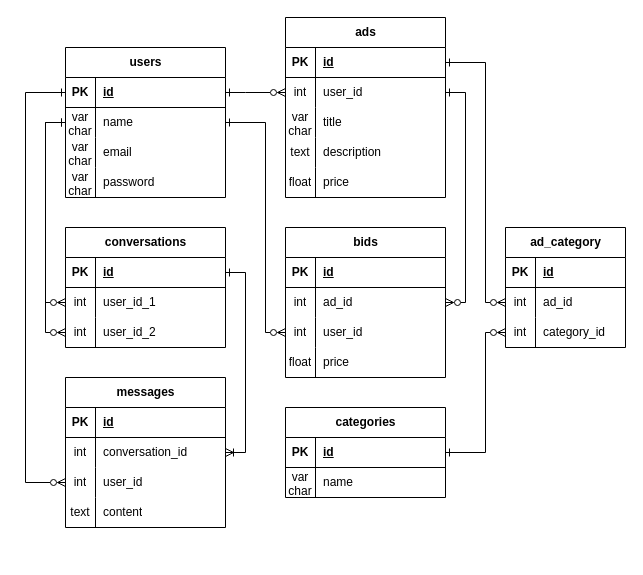
This is marketplace-database.drawio from LeggyBoiTim/laravel-marketplace, a draw.io file, before an edit. Source tidied: cells renumbered, new cells numbered last; positions are measured from the earlier drawing's top-left corner, leaving out a move shared by most shapes. Both pictures are drawn from the tidied source at 100%, with x=0, y=0 at pixel (25, 17).
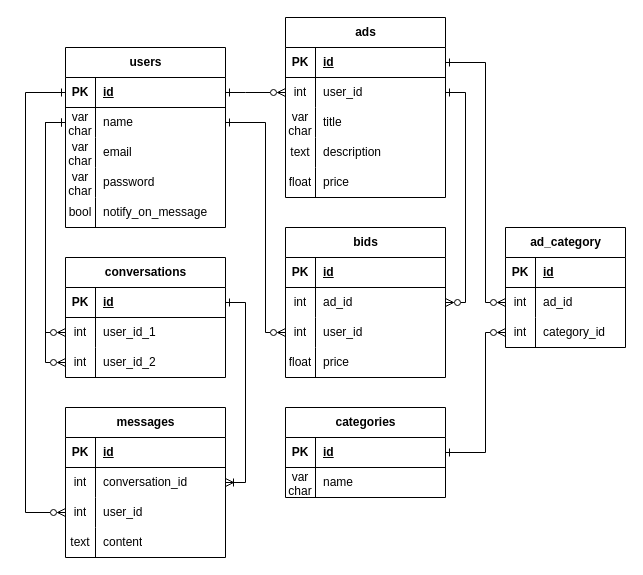
The same diagram, later.

Commit message (it also covers changes not shown here):
Message e-mail notification

Unchanged cells that the change refers to:
```xml
<mxCell id="3" style="shape=tableRow;horizontal=0;startSize=0;swimlaneHead=0;swimlaneBody=0;fillColor=none;points=[[0,0.5],[1,0.5]];portConstraint=eastwest;top=0;left=0;right=0;bottom=1;" parent="2" vertex="1">
  <mxGeometry y="30" width="160" height="30" as="geometry" />
</mxCell>
<mxCell id="6" style="shape=tableRow;horizontal=0;startSize=0;swimlaneHead=0;swimlaneBody=0;fillColor=none;points=[[0,0.5],[1,0.5]];portConstraint=eastwest;top=0;left=0;right=0;bottom=0;" parent="2" vertex="1">
  <mxGeometry y="60" width="160" height="30" as="geometry" />
</mxCell>
<mxCell id="58" style="shape=tableRow;horizontal=0;startSize=0;swimlaneHead=0;swimlaneBody=0;fillColor=none;points=[[0,0.5],[1,0.5]];portConstraint=eastwest;top=0;left=0;right=0;bottom=0;" parent="51" vertex="1">
  <mxGeometry y="90" width="160" height="30" as="geometry" />
</mxCell>
<mxCell id="71" style="shape=tableRow;horizontal=0;startSize=0;swimlaneHead=0;swimlaneBody=0;fillColor=none;points=[[0,0.5],[1,0.5]];portConstraint=eastwest;top=0;left=0;right=0;bottom=0;" parent="64" vertex="1">
  <mxGeometry y="90" width="160" height="30" as="geometry" />
</mxCell>
```

Change to the diagram source:
```diff
@@
     <mxCell id="2" value="users" style="shape=table;startSize=30;childLayout=tableLayout;rowLines=0;fontStyle=1;align=center;html=1;" parent="1" vertex="1">
-      <mxGeometry x="40" y="30" width="160" height="150" as="geometry" />
+      <mxGeometry x="40" y="30" width="160" height="180" as="geometry" />
     </mxCell>
@@
+    <mxCell id="93" style="shape=tableRow;horizontal=0;startSize=0;swimlaneHead=0;swimlaneBody=0;fillColor=none;top=0;left=0;right=0;bottom=0;" parent="2" vertex="1">
+      <mxGeometry y="120" width="160" height="30" as="geometry" />
+    </mxCell>
+    <mxCell id="94" value="var&lt;br&gt;char" style="shape=partialRectangle;fillColor=none;top=0;left=0;bottom=0;right=0;overflow=hidden;whiteSpace=wrap;html=1;" parent="93" vertex="1">
+      <mxGeometry width="30" height="30" as="geometry" />
+    </mxCell>
+    <mxCell id="95" value="password" style="shape=partialRectangle;fillColor=none;top=0;left=0;bottom=0;right=0;align=left;spacingLeft=6;overflow=hidden;whiteSpace=wrap;html=1;" parent="93" vertex="1">
+      <mxGeometry x="30" width="130" height="30" as="geometry" />
+    </mxCell>
     <mxCell id="12" style="shape=tableRow;horizontal=0;startSize=0;swimlaneHead=0;swimlaneBody=0;fillColor=none;top=0;left=0;right=0;bottom=0;" parent="2" vertex="1">
-      <mxGeometry y="120" width="160" height="30" as="geometry" />
+      <mxGeometry y="150" width="160" height="30" as="geometry" />
     </mxCell>
-    <mxCell id="13" value="var&lt;br&gt;char" style="shape=partialRectangle;fillColor=none;top=0;left=0;bottom=0;right=0;overflow=hidden;whiteSpace=wrap;html=1;" parent="12" vertex="1">
+    <mxCell id="13" value="bool" style="shape=partialRectangle;fillColor=none;top=0;left=0;bottom=0;right=0;overflow=hidden;whiteSpace=wrap;html=1;" parent="12" vertex="1">
       <mxGeometry width="30" height="30" as="geometry" />
     </mxCell>
-    <mxCell id="14" value="password" style="shape=partialRectangle;fillColor=none;top=0;left=0;bottom=0;right=0;align=left;spacingLeft=6;overflow=hidden;whiteSpace=wrap;html=1;" parent="12" vertex="1">
+    <mxCell id="14" value="notify_on_message" style="shape=partialRectangle;fillColor=none;top=0;left=0;bottom=0;right=0;align=left;spacingLeft=6;overflow=hidden;whiteSpace=wrap;html=1;" parent="12" vertex="1">
       <mxGeometry x="30" width="130" height="30" as="geometry" />
     </mxCell>
@@
     <mxCell id="51" value="messages" style="shape=table;startSize=30;childLayout=tableLayout;rowLines=0;fontStyle=1;align=center;html=1;" parent="1" vertex="1">
-      <mxGeometry x="40" y="360" width="160" height="150" as="geometry" />
+      <mxGeometry x="40" y="390" width="160" height="150" as="geometry" />
     </mxCell>
@@
     <mxCell id="64" value="conversations" style="shape=table;startSize=30;childLayout=tableLayout;rowLines=0;fontStyle=1;align=center;html=1;" parent="1" vertex="1">
-      <mxGeometry x="40" y="210" width="160" height="120" as="geometry" />
+      <mxGeometry x="40" y="240" width="160" height="120" as="geometry" />
     </mxCell>
@@
     <mxCell id="78" style="edgeStyle=orthogonalEdgeStyle;rounded=0;jettySize=auto;html=1;exitX=0;exitY=0.5;exitDx=0;exitDy=0;entryX=0;entryY=0.5;entryDx=0;entryDy=0;endArrow=ERzeroToMany;endFill=0;startArrow=ERone;startFill=0;" parent="1" edge="1" source="3" target="58">
       <mxGeometry relative="1" as="geometry">
         <Array as="points">
           <mxPoint y="75" />
-          <mxPoint y="465" />
+          <mxPoint y="495" />
         </Array>
       </mxGeometry>
     </mxCell>
     <mxCell id="79" style="edgeStyle=orthogonalEdgeStyle;rounded=0;jettySize=auto;html=1;exitX=0;exitY=0.5;exitDx=0;exitDy=0;entryX=0;entryY=0.5;entryDx=0;entryDy=0;endArrow=ERzeroToMany;endFill=0;startArrow=ERone;startFill=0;" parent="1" edge="1" source="6" target="71">
       <mxGeometry relative="1" as="geometry">
         <Array as="points">
           <mxPoint x="20" y="105" />
-          <mxPoint x="20" y="315" />
+          <mxPoint x="20" y="345" />
         </Array>
       </mxGeometry>
     </mxCell>
```
